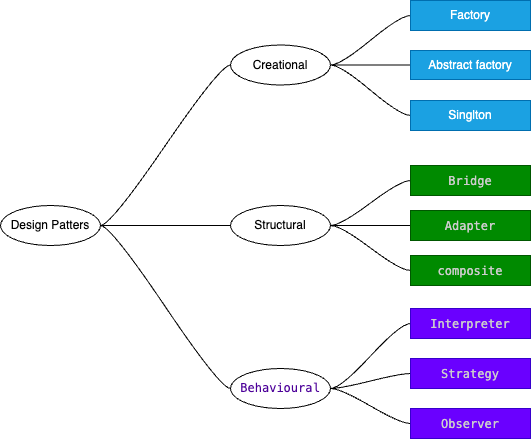
This is designPattern.drawio.png from vishalguptahmh/programmingInterviewQuestions, a draw.io export, as it was before one commit. Source tidied: cells renumbered, new cells last; positions are measured from the earlier drawing's top-left corner, leaving out a move shared by most shapes. Source of this version:
```xml
<mxGraphModel>
  <root>
    <mxCell id="0" />
    <mxCell id="1" parent="0" />
    <mxCell id="2" style="edgeStyle=entityRelationEdgeStyle;html=1;startArrow=none;endArrow=none;segment=10;curved=1;sourcePerimeterSpacing=0;targetPerimeterSpacing=0;entryX=0;entryY=0.5;entryDx=0;entryDy=0;" parent="1" edge="1" source="5" target="9">
      <mxGeometry relative="1" as="geometry" />
    </mxCell>
    <mxCell id="3" style="edgeStyle=entityRelationEdgeStyle;html=1;startArrow=none;endArrow=none;segment=10;curved=1;sourcePerimeterSpacing=0;targetPerimeterSpacing=0;entryX=0;entryY=0.5;entryDx=0;entryDy=0;" parent="1" edge="1" source="5" target="13">
      <mxGeometry relative="1" as="geometry" />
    </mxCell>
    <mxCell id="4" style="edgeStyle=entityRelationEdgeStyle;html=1;startArrow=none;endArrow=none;segment=10;curved=1;sourcePerimeterSpacing=0;targetPerimeterSpacing=0;entryX=0;entryY=0.5;entryDx=0;entryDy=0;" parent="1" edge="1" source="5">
      <mxGeometry relative="1" as="geometry">
        <mxPoint x="230" y="388" as="targetPoint" />
      </mxGeometry>
    </mxCell>
    <mxCell id="5" value="Design Patters" style="ellipse;whiteSpace=wrap;html=1;align=center;newEdgeStyle={&quot;edgeStyle&quot;:&quot;entityRelationEdgeStyle&quot;,&quot;startArrow&quot;:&quot;none&quot;,&quot;endArrow&quot;:&quot;none&quot;,&quot;segment&quot;:10,&quot;curved&quot;:1,&quot;sourcePerimeterSpacing&quot;:0,&quot;targetPerimeterSpacing&quot;:0};" parent="1" vertex="1">
      <mxGeometry y="205" width="100" height="40" as="geometry" />
    </mxCell>
    <mxCell id="6" style="edgeStyle=entityRelationEdgeStyle;html=1;startArrow=none;endArrow=none;segment=10;curved=1;sourcePerimeterSpacing=0;targetPerimeterSpacing=0;" parent="1" edge="1" source="9" target="17">
      <mxGeometry relative="1" as="geometry" />
    </mxCell>
    <mxCell id="7" style="edgeStyle=entityRelationEdgeStyle;html=1;startArrow=none;endArrow=none;segment=10;curved=1;sourcePerimeterSpacing=0;targetPerimeterSpacing=0;" parent="1" edge="1" source="9" target="18">
      <mxGeometry relative="1" as="geometry" />
    </mxCell>
    <mxCell id="8" style="edgeStyle=entityRelationEdgeStyle;html=1;startArrow=none;endArrow=none;segment=10;curved=1;sourcePerimeterSpacing=0;targetPerimeterSpacing=0;entryX=0;entryY=0.5;entryDx=0;entryDy=0;" parent="1" edge="1" source="9" target="19">
      <mxGeometry relative="1" as="geometry" />
    </mxCell>
    <mxCell id="9" value="Creational" style="ellipse;whiteSpace=wrap;html=1;align=center;newEdgeStyle={&quot;edgeStyle&quot;:&quot;entityRelationEdgeStyle&quot;,&quot;startArrow&quot;:&quot;none&quot;,&quot;endArrow&quot;:&quot;none&quot;,&quot;segment&quot;:10,&quot;curved&quot;:1,&quot;sourcePerimeterSpacing&quot;:0,&quot;targetPerimeterSpacing&quot;:0};" parent="1" vertex="1">
      <mxGeometry x="230" y="44.5" width="100" height="40" as="geometry" />
    </mxCell>
    <mxCell id="10" style="edgeStyle=entityRelationEdgeStyle;html=1;startArrow=none;endArrow=none;segment=10;curved=1;sourcePerimeterSpacing=0;targetPerimeterSpacing=0;entryX=0;entryY=0.5;entryDx=0;entryDy=0;" parent="1" edge="1" source="13" target="20">
      <mxGeometry relative="1" as="geometry" />
    </mxCell>
    <mxCell id="11" style="edgeStyle=entityRelationEdgeStyle;html=1;startArrow=none;endArrow=none;segment=10;curved=1;sourcePerimeterSpacing=0;targetPerimeterSpacing=0;entryX=0;entryY=0.5;entryDx=0;entryDy=0;" parent="1" edge="1" source="13" target="21">
      <mxGeometry relative="1" as="geometry" />
    </mxCell>
    <mxCell id="12" style="edgeStyle=entityRelationEdgeStyle;html=1;startArrow=none;endArrow=none;segment=10;curved=1;sourcePerimeterSpacing=0;targetPerimeterSpacing=0;entryX=0;entryY=0.5;entryDx=0;entryDy=0;" parent="1" edge="1" source="13" target="22">
      <mxGeometry relative="1" as="geometry" />
    </mxCell>
    <mxCell id="13" value="Structural" style="ellipse;whiteSpace=wrap;html=1;align=center;newEdgeStyle={&quot;edgeStyle&quot;:&quot;entityRelationEdgeStyle&quot;,&quot;startArrow&quot;:&quot;none&quot;,&quot;endArrow&quot;:&quot;none&quot;,&quot;segment&quot;:10,&quot;curved&quot;:1,&quot;sourcePerimeterSpacing&quot;:0,&quot;targetPerimeterSpacing&quot;:0};" parent="1" vertex="1">
      <mxGeometry x="230" y="205" width="100" height="40" as="geometry" />
    </mxCell>
    <mxCell id="14" style="edgeStyle=entityRelationEdgeStyle;html=1;startArrow=none;endArrow=none;segment=10;curved=1;sourcePerimeterSpacing=0;targetPerimeterSpacing=0;entryX=0;entryY=0.5;entryDx=0;entryDy=0;" parent="1" edge="1" target="23">
      <mxGeometry relative="1" as="geometry">
        <mxPoint x="330" y="388" as="sourcePoint" />
      </mxGeometry>
    </mxCell>
    <mxCell id="15" style="edgeStyle=entityRelationEdgeStyle;html=1;startArrow=none;endArrow=none;segment=10;curved=1;sourcePerimeterSpacing=0;targetPerimeterSpacing=0;entryX=0;entryY=0.5;entryDx=0;entryDy=0;" parent="1" edge="1" target="24">
      <mxGeometry relative="1" as="geometry">
        <mxPoint x="330" y="388" as="sourcePoint" />
      </mxGeometry>
    </mxCell>
    <mxCell id="16" style="edgeStyle=entityRelationEdgeStyle;html=1;startArrow=none;endArrow=none;segment=10;curved=1;sourcePerimeterSpacing=0;targetPerimeterSpacing=0;entryX=0;entryY=0.5;entryDx=0;entryDy=0;" parent="1" edge="1" target="25">
      <mxGeometry relative="1" as="geometry">
        <mxPoint x="330" y="388" as="sourcePoint" />
      </mxGeometry>
    </mxCell>
    <mxCell id="17" value="Factory" style="whiteSpace=wrap;html=1;fillColor=#1ba1e2;fontColor=#ffffff;strokeColor=#006EAF;rotation=0;" parent="1" vertex="1">
      <mxGeometry x="410" width="120" height="30" as="geometry" />
    </mxCell>
    <mxCell id="18" value="Abstract factory" style="whiteSpace=wrap;html=1;fillColor=#1ba1e2;fontColor=#ffffff;strokeColor=#006EAF;imageHeight=50;" parent="1" vertex="1">
      <mxGeometry x="410" y="50" width="120" height="29" as="geometry" />
    </mxCell>
    <mxCell id="19" value="Singlton" style="whiteSpace=wrap;html=1;fillColor=#1ba1e2;fontColor=#ffffff;strokeColor=#006EAF;rotation=0;" parent="1" vertex="1">
      <mxGeometry x="410" y="100" width="120" height="30" as="geometry" />
    </mxCell>
    <mxCell id="20" value="&lt;div style=&quot;color: rgb(204, 204, 204); font-family: Menlo, Monaco, &amp;quot;Courier New&amp;quot;, monospace; line-height: 18px;&quot;&gt;&lt;div style=&quot;line-height: 18px;&quot;&gt;Bridge&lt;/div&gt;&lt;/div&gt;" style="whiteSpace=wrap;html=1;fillColor=#008a00;fontColor=#ffffff;strokeColor=#005700;rotation=0;labelBackgroundColor=none;" parent="1" vertex="1">
      <mxGeometry x="410" y="165" width="120" height="30" as="geometry" />
    </mxCell>
    <mxCell id="21" value="&lt;div style=&quot;color: rgb(204, 204, 204); font-family: Menlo, Monaco, &amp;quot;Courier New&amp;quot;, monospace; line-height: 18px;&quot;&gt;&lt;div style=&quot;line-height: 18px;&quot;&gt;Adapter&lt;/div&gt;&lt;/div&gt;" style="whiteSpace=wrap;html=1;fillColor=#008a00;fontColor=#ffffff;strokeColor=#005700;rotation=0;labelBackgroundColor=none;" parent="1" vertex="1">
      <mxGeometry x="410" y="210" width="120" height="30" as="geometry" />
    </mxCell>
    <mxCell id="22" value="&lt;div style=&quot;color: rgb(204, 204, 204); font-family: Menlo, Monaco, &amp;quot;Courier New&amp;quot;, monospace; line-height: 18px;&quot;&gt;&lt;div style=&quot;line-height: 18px;&quot;&gt;composite&lt;/div&gt;&lt;/div&gt;" style="whiteSpace=wrap;html=1;fillColor=#008a00;fontColor=#ffffff;strokeColor=#005700;rotation=0;labelBackgroundColor=none;" parent="1" vertex="1">
      <mxGeometry x="410" y="255" width="120" height="30" as="geometry" />
    </mxCell>
    <mxCell id="23" value="&lt;div style=&quot;color: rgb(204, 204, 204); font-family: Menlo, Monaco, &amp;quot;Courier New&amp;quot;, monospace; line-height: 18px;&quot;&gt;&lt;div style=&quot;line-height: 18px;&quot;&gt;Interpreter&lt;/div&gt;&lt;/div&gt;" style="whiteSpace=wrap;html=1;fillColor=#6a00ff;fontColor=#ffffff;strokeColor=#3700CC;labelBackgroundColor=none;" parent="1" vertex="1">
      <mxGeometry x="410" y="308" width="120" height="30" as="geometry" />
    </mxCell>
    <mxCell id="24" value="&lt;div style=&quot;color: rgb(204, 204, 204); font-family: Menlo, Monaco, &amp;quot;Courier New&amp;quot;, monospace; line-height: 18px;&quot;&gt;&lt;div style=&quot;line-height: 18px;&quot;&gt;Strategy&lt;/div&gt;&lt;/div&gt;" style="whiteSpace=wrap;html=1;rotation=0;fillColor=#6a00ff;fontColor=#ffffff;strokeColor=#3700CC;labelBackgroundColor=none;" parent="1" vertex="1">
      <mxGeometry x="410" y="358" width="120" height="30" as="geometry" />
    </mxCell>
    <mxCell id="25" value="&lt;div style=&quot;color: rgb(204, 204, 204); font-family: Menlo, Monaco, &amp;quot;Courier New&amp;quot;, monospace; line-height: 18px;&quot;&gt;&lt;div style=&quot;line-height: 18px;&quot;&gt;Observer&lt;/div&gt;&lt;/div&gt;" style="whiteSpace=wrap;html=1;fillColor=#6a00ff;fontColor=#ffffff;strokeColor=#3700CC;labelBackgroundColor=none;" parent="1" vertex="1">
      <mxGeometry x="410" y="408" width="120" height="30" as="geometry" />
    </mxCell>
    <mxCell id="26" value="&lt;span style=&quot;font-family: Menlo, Monaco, &amp;quot;Courier New&amp;quot;, monospace;&quot;&gt;Behavioural&lt;/span&gt;" style="ellipse;whiteSpace=wrap;html=1;align=center;newEdgeStyle={&quot;edgeStyle&quot;:&quot;entityRelationEdgeStyle&quot;,&quot;startArrow&quot;:&quot;none&quot;,&quot;endArrow&quot;:&quot;none&quot;,&quot;segment&quot;:10,&quot;curved&quot;:1,&quot;sourcePerimeterSpacing&quot;:0,&quot;targetPerimeterSpacing&quot;:0};fontColor=#4C0099;" parent="1" vertex="1">
      <mxGeometry x="230" y="368" width="100" height="40" as="geometry" />
    </mxCell>
  </root>
</mxGraphModel>
```
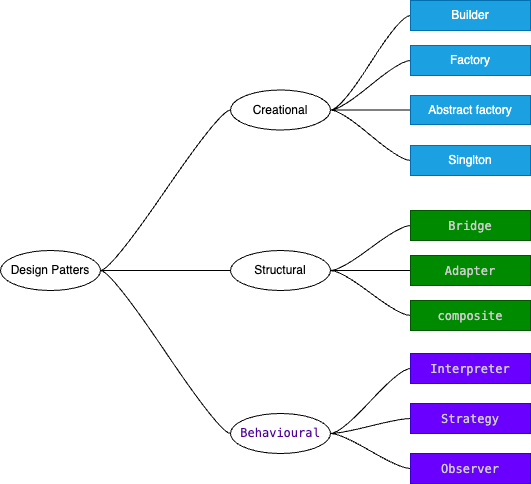
Later version of the same file.

Commit message:
updates in design pattern

The edit, as a diff of the source:
```diff
@@ -25,6 +25,9 @@
     <mxCell id="8" style="edgeStyle=entityRelationEdgeStyle;html=1;startArrow=none;endArrow=none;segment=10;curved=1;sourcePerimeterSpacing=0;targetPerimeterSpacing=0;entryX=0;entryY=0.5;entryDx=0;entryDy=0;" parent="1" edge="1" source="9" target="19">
       <mxGeometry relative="1" as="geometry" />
     </mxCell>
+    <mxCell id="27" style="edgeStyle=entityRelationEdgeStyle;html=1;startArrow=none;endArrow=none;segment=10;curved=1;sourcePerimeterSpacing=0;targetPerimeterSpacing=0;entryX=0;entryY=0.5;entryDx=0;entryDy=0;fontFamily=Helvetica;fontSize=12;fontColor=#4C0099;" parent="1" edge="1" source="9" target="28">
+      <mxGeometry relative="1" as="geometry" />
+    </mxCell>
     <mxCell id="9" value="Creational" style="ellipse;whiteSpace=wrap;html=1;align=center;newEdgeStyle={&quot;edgeStyle&quot;:&quot;entityRelationEdgeStyle&quot;,&quot;startArrow&quot;:&quot;none&quot;,&quot;endArrow&quot;:&quot;none&quot;,&quot;segment&quot;:10,&quot;curved&quot;:1,&quot;sourcePerimeterSpacing&quot;:0,&quot;targetPerimeterSpacing&quot;:0};" parent="1" vertex="1">
       <mxGeometry x="230" y="44.5" width="100" height="40" as="geometry" />
     </mxCell>
@@ -85,5 +88,8 @@
     <mxCell id="26" value="&lt;span style=&quot;font-family: Menlo, Monaco, &amp;quot;Courier New&amp;quot;, monospace;&quot;&gt;Behavioural&lt;/span&gt;" style="ellipse;whiteSpace=wrap;html=1;align=center;newEdgeStyle={&quot;edgeStyle&quot;:&quot;entityRelationEdgeStyle&quot;,&quot;startArrow&quot;:&quot;none&quot;,&quot;endArrow&quot;:&quot;none&quot;,&quot;segment&quot;:10,&quot;curved&quot;:1,&quot;sourcePerimeterSpacing&quot;:0,&quot;targetPerimeterSpacing&quot;:0};fontColor=#4C0099;" parent="1" vertex="1">
       <mxGeometry x="230" y="368" width="100" height="40" as="geometry" />
     </mxCell>
+    <mxCell id="28" value="Builder" style="whiteSpace=wrap;html=1;fillColor=#1ba1e2;fontColor=#ffffff;strokeColor=#006EAF;rotation=0;" parent="1" vertex="1">
+      <mxGeometry x="410" y="-45" width="120" height="30" as="geometry" />
+    </mxCell>
   </root>
 </mxGraphModel>
```
